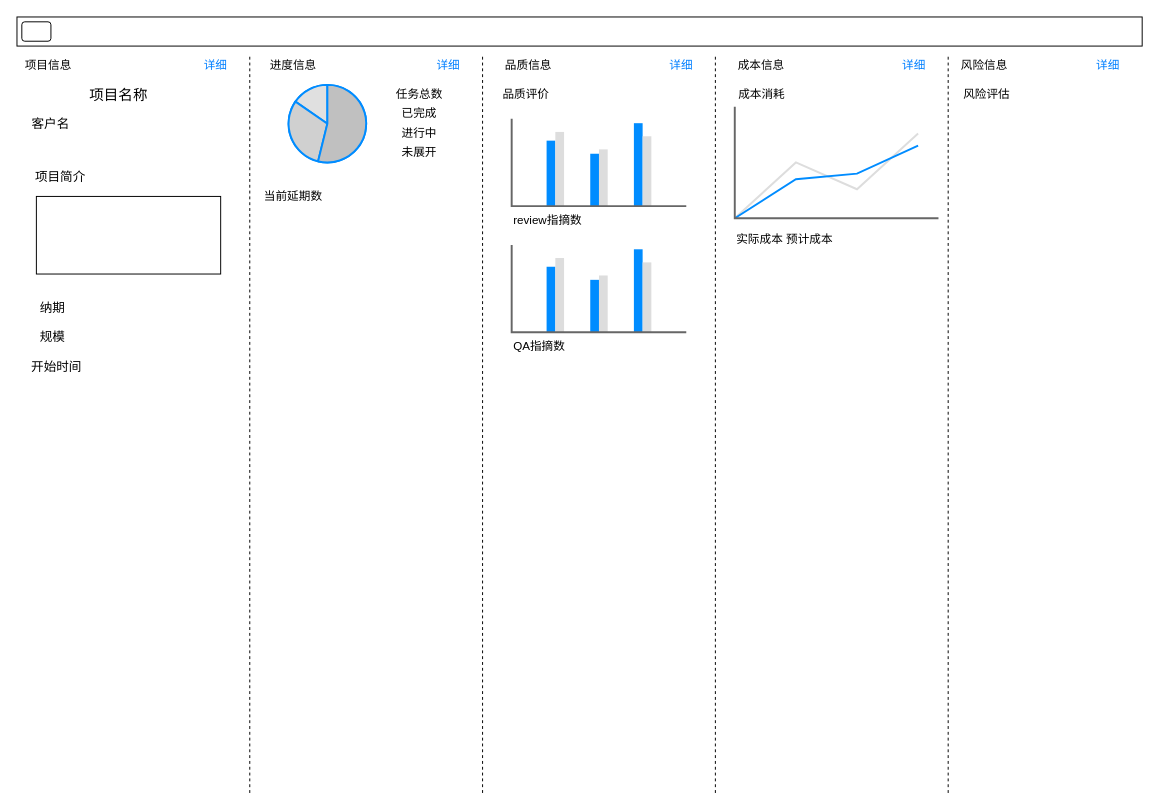
Before: page "pm-信息一览" (10 of 11) of project-in-action/software-develop-management-system/doc/design/ui/sdms.drawio in callistoctopus/project-all-in-one, a draw.io diagram. Source tidied: cells renumbered, new cells numbered last; positions are measured from the earlier drawing's top-left corner, leaving out a move shared by most shapes. Both pictures are drawn from the tidied source at 97%, with x=0, y=0 at pixel (16, 16).
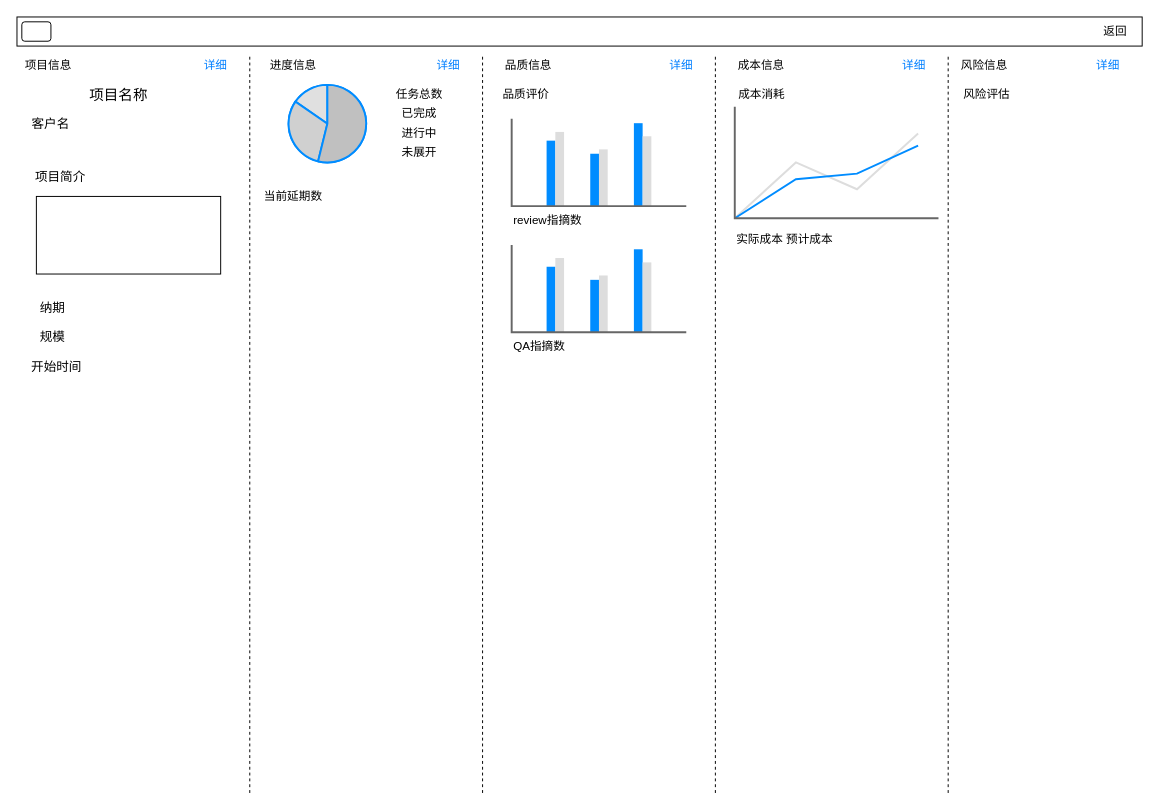
The same page after the edit.

Change to the diagram source:
```diff
@@
+    <mxCell id="40" value="返回" style="text;html=1;strokeColor=none;fillColor=none;align=center;verticalAlign=middle;whiteSpace=wrap;rounded=0;" parent="1" vertex="1">
+      <mxGeometry x="1105" y="5" width="55" height="20" as="geometry" />
+    </mxCell>
```
